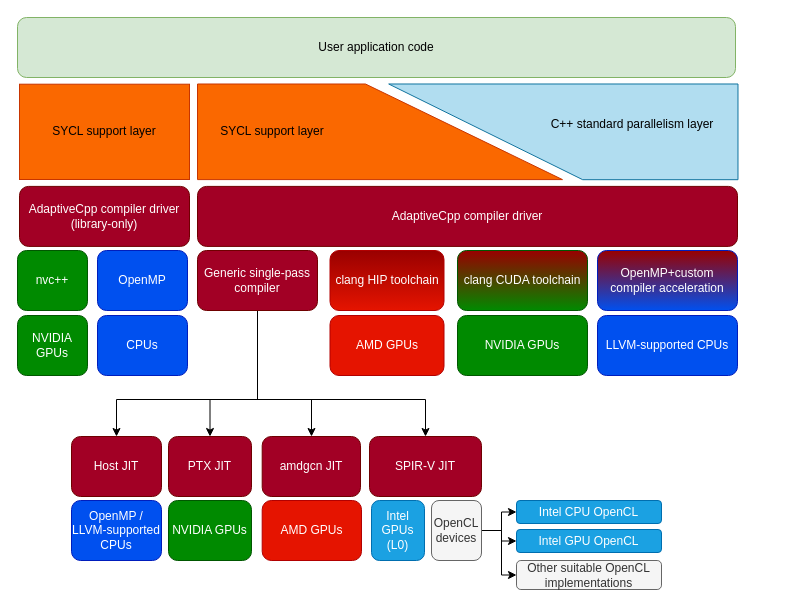
This is doc/img/stack.drawio from AdaptiveCpp/AdaptiveCpp, a draw.io file, before an edit. Source tidied: cells renumbered, new cells numbered last; positions are measured from the earlier drawing's top-left corner, leaving out a move shared by most shapes. Both pictures are drawn from the tidied source at 100%, with x=0, y=0 at pixel (17, -51).
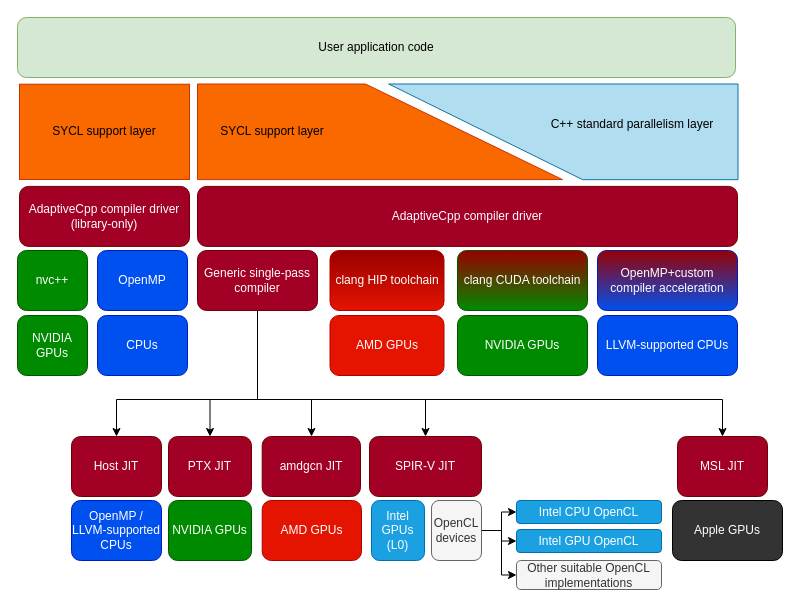
Above is the later version.

Unchanged cells that the change refers to:
```xml
<mxCell id="15" value="Generic single-pass compiler" style="rounded=1;whiteSpace=wrap;html=1;fillColor=#a20025;fontColor=#ffffff;strokeColor=#6F0000;" parent="1" vertex="1">
  <mxGeometry x="180" y="301" width="120" height="60" as="geometry" />
</mxCell>
```

Change to the diagram source:
```diff
@@
+    <mxCell id="40" value="MSL JIT" style="rounded=1;whiteSpace=wrap;html=1;fillColor=#a20025;fontColor=#ffffff;strokeColor=#6F0000;" parent="1" vertex="1">
+      <mxGeometry x="660" y="487" width="90" height="60" as="geometry" />
+    </mxCell>
+    <mxCell id="41" value="Apple GPUs" style="rounded=1;whiteSpace=wrap;html=1;fillColor=#333333;fontColor=#ffffff;strokeColor=#000000;" parent="1" vertex="1">
+      <mxGeometry x="655" y="551" width="110" height="60" as="geometry" />
+    </mxCell>
+    <mxCell id="42" style="edgeStyle=orthogonalEdgeStyle;rounded=0;jettySize=auto;html=1;entryX=0.5;entryY=0;entryDx=0;entryDy=0;" parent="1" edge="1" source="15" target="40">
+      <mxGeometry relative="1" as="geometry">
+        <Array as="points">
+          <mxPoint x="240" y="450" />
+          <mxPoint x="705" y="450" />
+        </Array>
+      </mxGeometry>
+    </mxCell>
```
